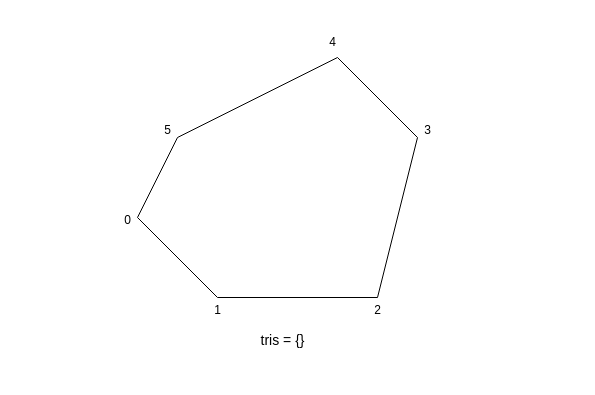
Above: page "Page-6-1" (36 of 41) of file/Algorithm/NavmeshNavigation/NavmeshNavigation.drawio in FallingXun/FallingXun.github.io (draw.io), before the change. Source tidied: cells renumbered, new cells numbered last; positions are measured from the earlier drawing's top-left corner, leaving out a move shared by most shapes. Both pictures are drawn from the tidied source at 100%, with x=0, y=0 at pixel (112, 27).
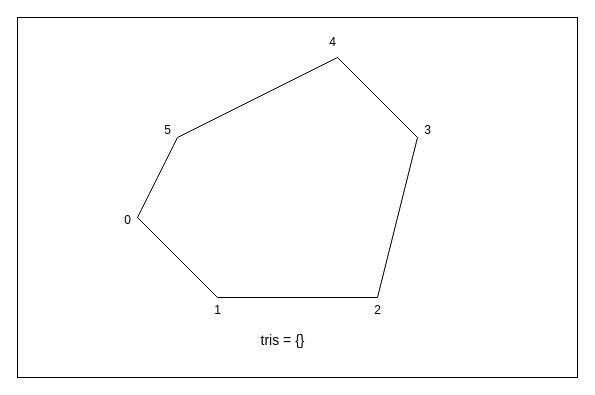
After the change.

Diff of the diagram source:
```diff
@@
+    <mxCell id="15" style="rounded=0;whiteSpace=wrap;html=1;fillColor=none;" parent="1" vertex="1">
+      <mxGeometry x="-95" y="-10" width="560" height="360" as="geometry" />
+    </mxCell>
```
